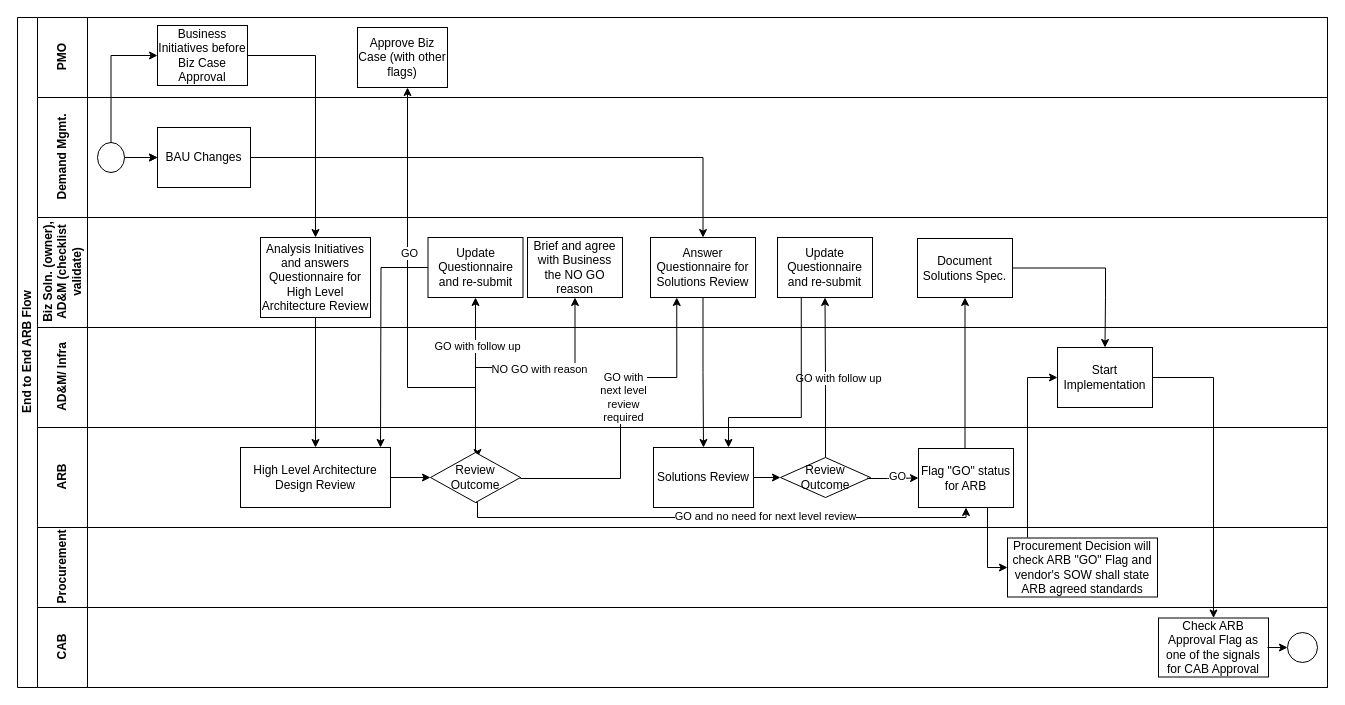
The draw.io diagram ARB Flow.drawio in kelvinkinwong/test, before the edit. Source tidied: cells renumbered, new cells numbered last; positions are measured from the earlier drawing's top-left corner, leaving out a move shared by most shapes. Both pictures are drawn from the tidied source at 100%, with x=0, y=0 at pixel (17, 17).
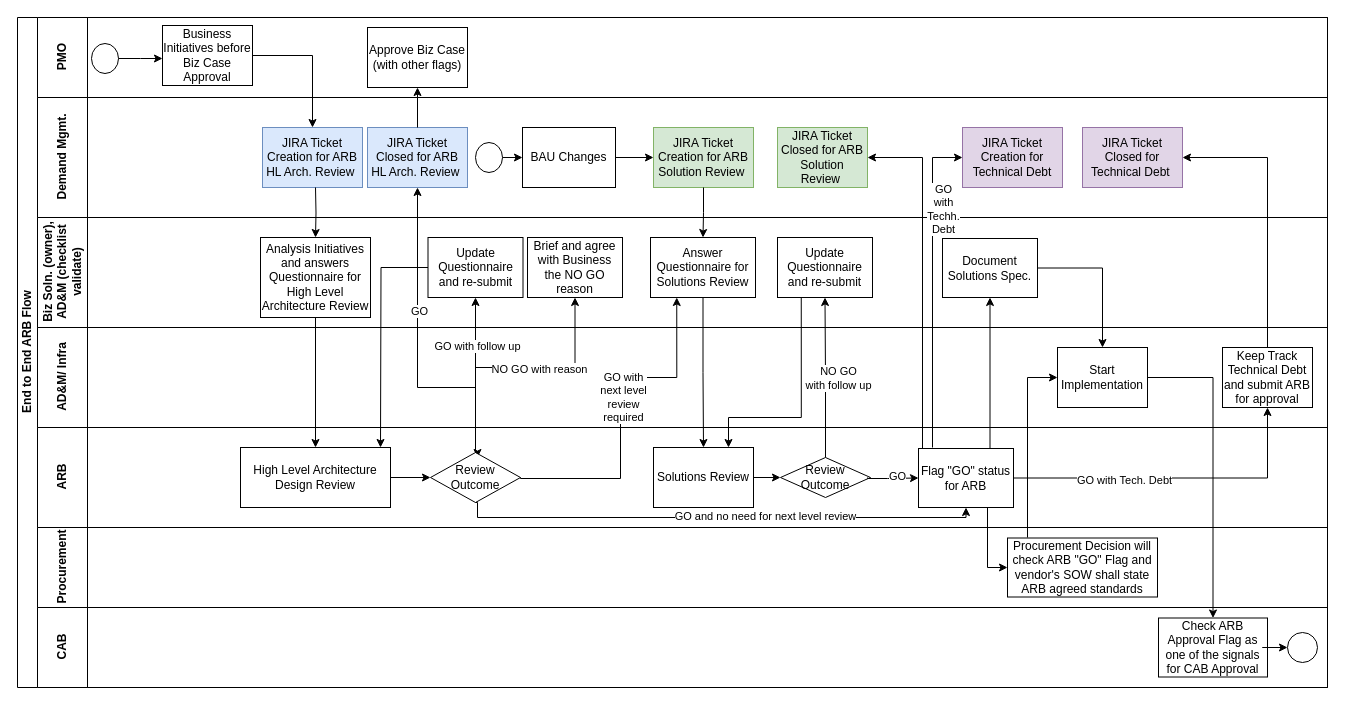
After the change.

Unchanged cells that the change refers to:
```xml
<mxCell id="2" value="End to End ARB Flow" style="swimlane;html=1;horizontal=0;startSize=20;" parent="1" vertex="1">
  <mxGeometry width="1310" height="670" as="geometry" />
</mxCell>
<mxCell id="4" value="PMO" style="swimlane;html=1;startSize=50;horizontal=0;" parent="2" vertex="1">
  <mxGeometry x="20" width="1290" height="80" as="geometry" />
</mxCell>
<mxCell id="7" value="Demand Mgmt." style="swimlane;html=1;startSize=50;horizontal=0;" parent="2" vertex="1">
  <mxGeometry x="20" y="80" width="1290" height="120" as="geometry" />
</mxCell>
<mxCell id="12" value="Biz Soln. (owner), &lt;br&gt;AD&amp;amp;M (checklist &lt;br&gt;validate)" style="swimlane;html=1;startSize=50;horizontal=0;" parent="2" vertex="1">
  <mxGeometry x="20" y="200" width="1290" height="110" as="geometry" />
</mxCell>
<mxCell id="13" value="Analysis Initiatives and answers Questionnaire for High Level Architecture Review" style="rounded=0;whiteSpace=wrap;html=1;fontFamily=Helvetica;fontSize=12;fontColor=#000000;align=center;" parent="12" vertex="1">
  <mxGeometry x="223" y="20" width="110" height="80" as="geometry" />
</mxCell>
<mxCell id="17" value="AD&amp;amp;M/ Infra" style="swimlane;html=1;startSize=50;horizontal=0;" parent="2" vertex="1">
  <mxGeometry x="20" y="310" width="1290" height="100" as="geometry" />
</mxCell>
<mxCell id="18" value="Answer Questionnaire for Solutions Review" style="rounded=0;whiteSpace=wrap;html=1;fontFamily=Helvetica;fontSize=12;fontColor=#000000;align=center;" parent="17" vertex="1">
  <mxGeometry x="613" y="-90" width="105" height="60" as="geometry" />
</mxCell>
<mxCell id="25" value="Review&lt;br&gt;Outcome" style="rhombus;whiteSpace=wrap;html=1;fontFamily=Helvetica;fontSize=12;fontColor=#000000;align=center;" parent="21" vertex="1">
  <mxGeometry x="393" y="25" width="90" height="50" as="geometry" />
</mxCell>
<mxCell id="29" value="Flag &quot;GO&quot; status for ARB" style="rounded=0;whiteSpace=wrap;html=1;fontFamily=Helvetica;fontSize=12;fontColor=#000000;align=center;" parent="21" vertex="1">
  <mxGeometry x="881" y="21" width="95" height="59" as="geometry" />
</mxCell>
<mxCell id="47" value="CAB" style="swimlane;html=1;startSize=50;horizontal=0;" parent="2" vertex="1">
  <mxGeometry x="20" y="590" width="1290" height="80" as="geometry" />
</mxCell>
<mxCell id="49" style="ellipse;whiteSpace=wrap;html=1;" parent="47" vertex="1">
  <mxGeometry x="1250" y="25" width="30" height="30" as="geometry" />
</mxCell>
<mxCell id="50" style="edgeStyle=orthogonalEdgeStyle;rounded=0;jettySize=auto;html=1;endArrow=classic;endFill=1;exitX=0.5;exitY=0;exitDx=0;exitDy=0;" parent="2" edge="1" source="27" target="19">
  <mxGeometry relative="1" as="geometry" />
</mxCell>
```

What changed in the source:
```diff
@@
-    <mxCell id="3" style="edgeStyle=orthogonalEdgeStyle;rounded=0;jettySize=auto;html=1;endArrow=classic;endFill=1;" parent="2" edge="1" source="5" target="13">
+    <mxCell id="3" style="edgeStyle=orthogonalEdgeStyle;rounded=0;jettySize=auto;html=1;endArrow=classic;endFill=1;" parent="2" edge="1" source="5" target="64">
       <mxGeometry relative="1" as="geometry" />
     </mxCell>
@@
     <mxCell id="5" value="Business Initiatives before Biz Case Approval" style="rounded=0;whiteSpace=wrap;html=1;fontFamily=Helvetica;fontSize=12;fontColor=#000000;align=center;" parent="4" vertex="1">
-      <mxGeometry x="120" y="8" width="90" height="60" as="geometry" />
+      <mxGeometry x="125" y="8" width="90" height="60" as="geometry" />
     </mxCell>
     <mxCell id="6" value="Approve Biz Case (with other flags)" style="rounded=0;whiteSpace=wrap;html=1;fontFamily=Helvetica;fontSize=12;fontColor=#000000;align=center;" parent="4" vertex="1">
-      <mxGeometry x="320" y="10" width="90" height="60" as="geometry" />
+      <mxGeometry x="330" y="10" width="100" height="60" as="geometry" />
     </mxCell>
@@
     <mxCell id="8" value="BAU Changes" style="rounded=0;whiteSpace=wrap;html=1;fontFamily=Helvetica;fontSize=12;fontColor=#000000;align=center;" parent="7" vertex="1">
-      <mxGeometry x="120" y="30" width="93" height="60" as="geometry" />
+      <mxGeometry x="485" y="30" width="93" height="60" as="geometry" />
     </mxCell>
-    <mxCell id="9" style="edgeStyle=orthogonalEdgeStyle;rounded=0;jettySize=auto;html=1;" parent="7" edge="1" source="10" target="8">
-      <mxGeometry relative="1" as="geometry" />
-    </mxCell>
     <mxCell id="10" style="ellipse;whiteSpace=wrap;html=1;" parent="7" vertex="1">
-      <mxGeometry x="60" y="45" width="27" height="30" as="geometry" />
+      <mxGeometry x="54" y="-54" width="27" height="30" as="geometry" />
     </mxCell>
-    <mxCell id="11" style="edgeStyle=orthogonalEdgeStyle;rounded=0;jettySize=auto;html=1;exitX=1;exitY=0.5;exitDx=0;exitDy=0;entryX=0;entryY=0.5;entryDx=0;entryDy=0;" parent="7" edge="1" source="10" target="8">
-      <mxGeometry relative="1" as="geometry" />
-    </mxCell>
+    <mxCell id="61" value="JIRA Ticket Creation for ARB Solution Review&amp;nbsp;" style="rounded=0;whiteSpace=wrap;html=1;fontFamily=Helvetica;fontSize=12;align=center;fillColor=#d5e8d4;strokeColor=#82b366;" parent="7" vertex="1">
+      <mxGeometry x="616" y="30" width="100" height="60" as="geometry" />
+    </mxCell>
+    <mxCell id="35" style="edgeStyle=orthogonalEdgeStyle;rounded=0;jettySize=auto;html=1;endArrow=classic;endFill=1;exitX=1;exitY=0.5;exitDx=0;exitDy=0;entryX=0;entryY=0.5;entryDx=0;entryDy=0;" parent="7" edge="1" source="8" target="61">
+      <mxGeometry relative="1" as="geometry" />
+    </mxCell>
+    <mxCell id="62" value="JIRA Ticket Closed for ARB Solution Review&amp;nbsp;" style="rounded=0;whiteSpace=wrap;html=1;fontFamily=Helvetica;fontSize=12;align=center;fillColor=#d5e8d4;strokeColor=#82b366;" parent="7" vertex="1">
+      <mxGeometry x="740" y="30" width="90" height="60" as="geometry" />
+    </mxCell>
+    <mxCell id="63" style="ellipse;whiteSpace=wrap;html=1;" parent="7" vertex="1">
+      <mxGeometry x="438" y="45" width="27" height="30" as="geometry" />
+    </mxCell>
+    <mxCell id="64" value="JIRA Ticket Creation for ARB HL Arch. Review&amp;nbsp;" style="rounded=0;whiteSpace=wrap;html=1;fontFamily=Helvetica;fontSize=12;align=center;fillColor=#dae8fc;strokeColor=#6c8ebf;" parent="7" vertex="1">
+      <mxGeometry x="225" y="30" width="100" height="60" as="geometry" />
+    </mxCell>
+    <mxCell id="65" value="JIRA Ticket Closed for ARB HL Arch. Review&amp;nbsp;" style="rounded=0;whiteSpace=wrap;html=1;fontFamily=Helvetica;fontSize=12;align=center;fillColor=#dae8fc;strokeColor=#6c8ebf;" parent="7" vertex="1">
+      <mxGeometry x="330" y="30" width="100" height="60" as="geometry" />
+    </mxCell>
+    <mxCell id="66" value="JIRA Ticket Creation for Technical Debt" style="rounded=0;whiteSpace=wrap;html=1;fontFamily=Helvetica;fontSize=12;align=center;fillColor=#e1d5e7;strokeColor=#9673a6;" parent="7" vertex="1">
+      <mxGeometry x="925" y="30" width="100" height="60" as="geometry" />
+    </mxCell>
+    <mxCell id="67" value="JIRA Ticket Closed for Technical Debt&amp;nbsp;" style="rounded=0;whiteSpace=wrap;html=1;fontFamily=Helvetica;fontSize=12;align=center;fillColor=#e1d5e7;strokeColor=#9673a6;" parent="7" vertex="1">
+      <mxGeometry x="1045" y="30" width="100" height="60" as="geometry" />
+    </mxCell>
@@
     <mxCell id="16" value="Document Solutions Spec." style="rounded=0;whiteSpace=wrap;html=1;fontFamily=Helvetica;fontSize=12;fontColor=#000000;align=center;" parent="12" vertex="1">
-      <mxGeometry x="880" y="21" width="95" height="59" as="geometry" />
+      <mxGeometry x="905" y="21" width="95" height="59" as="geometry" />
     </mxCell>
+    <mxCell id="68" style="edgeStyle=orthogonalEdgeStyle;rounded=0;jettySize=auto;html=1;exitX=1;exitY=0.5;exitDx=0;exitDy=0;" parent="12" edge="1" source="10">
+      <mxGeometry relative="1" as="geometry">
+        <mxPoint x="125" y="-159" as="targetPoint" />
+      </mxGeometry>
+    </mxCell>
@@
     <mxCell id="20" value="Start Implementation" style="rounded=0;whiteSpace=wrap;html=1;fontFamily=Helvetica;fontSize=12;fontColor=#000000;align=center;" parent="17" vertex="1">
-      <mxGeometry x="1020" y="20" width="95" height="60" as="geometry" />
+      <mxGeometry x="1020" y="20" width="90" height="60" as="geometry" />
     </mxCell>
+    <mxCell id="69" value="Keep Track Technical Debt and submit ARB for approval" style="rounded=0;whiteSpace=wrap;html=1;fontFamily=Helvetica;fontSize=12;fontColor=#000000;align=center;" parent="17" vertex="1">
+      <mxGeometry x="1185" y="20" width="90" height="60" as="geometry" />
+    </mxCell>
@@
-    <mxCell id="34" style="edgeStyle=orthogonalEdgeStyle;rounded=0;jettySize=auto;html=1;exitX=0.5;exitY=0;exitDx=0;exitDy=0;entryX=0;entryY=0.5;entryDx=0;entryDy=0;" parent="2" edge="1" source="10" target="5">
-      <mxGeometry relative="1" as="geometry" />
-    </mxCell>
-    <mxCell id="35" style="edgeStyle=orthogonalEdgeStyle;rounded=0;jettySize=auto;html=1;endArrow=classic;endFill=1;exitX=1;exitY=0.5;exitDx=0;exitDy=0;entryX=0.5;entryY=0;entryDx=0;entryDy=0;" parent="2" edge="1" source="8" target="18">
-      <mxGeometry relative="1" as="geometry" />
-    </mxCell>
@@
     <mxCell id="48" value="Check ARB Approval Flag as one of the signals for CAB Approval" style="rounded=0;whiteSpace=wrap;html=1;fontFamily=Helvetica;fontSize=12;fontColor=#000000;align=center;" parent="47" vertex="1">
-      <mxGeometry x="1121" y="10.5" width="110" height="59" as="geometry" />
+      <mxGeometry x="1121" y="10.5" width="109" height="59" as="geometry" />
     </mxCell>
@@
-    <mxCell id="51" value="GO with follow up" style="edgeLabel;html=1;align=center;verticalAlign=middle;" parent="50" vertex="1">
+    <mxCell id="51" value="NO GO &lt;br&gt;with follow up" style="edgeLabel;html=1;align=center;verticalAlign=middle;" parent="50" vertex="1">
       <mxGeometry x="0.09" y="-1" relative="1" as="geometry">
         <mxPoint x="12" y="7" as="offset" />
       </mxGeometry>
     </mxCell>
@@
     <mxCell id="56" style="edgeStyle=orthogonalEdgeStyle;rounded=0;jettySize=auto;html=1;endArrow=classic;endFill=1;exitX=1;exitY=0.5;exitDx=0;exitDy=0;entryX=0.5;entryY=0;entryDx=0;entryDy=0;" parent="2" edge="1" source="16" target="20">
       <mxGeometry relative="1" as="geometry">
         <Array as="points">
-          <mxPoint x="1088" y="251" />
-          <mxPoint x="1088" y="280" />
+          <mxPoint x="1085" y="251" />
         </Array>
       </mxGeometry>
     </mxCell>
-    <mxCell id="57" style="edgeStyle=orthogonalEdgeStyle;rounded=0;jettySize=auto;html=1;endArrow=classic;endFill=1;exitX=0.5;exitY=0;exitDx=0;exitDy=0;" parent="2" edge="1" source="25">
+    <mxCell id="57" style="edgeStyle=orthogonalEdgeStyle;rounded=0;jettySize=auto;html=1;endArrow=classic;endFill=1;exitX=0.5;exitY=0;exitDx=0;exitDy=0;entryX=0.5;entryY=1;entryDx=0;entryDy=0;" parent="2" edge="1" source="25" target="65">
       <mxGeometry relative="1" as="geometry">
-        <mxPoint x="390" y="70" as="targetPoint" />
         <Array as="points">
           <mxPoint x="458" y="370" />
-          <mxPoint x="390" y="370" />
+          <mxPoint x="400" y="370" />
         </Array>
       </mxGeometry>
     </mxCell>
@@
+    <mxCell id="70" style="edgeStyle=orthogonalEdgeStyle;rounded=0;jettySize=auto;html=1;endArrow=classic;endFill=1;exitX=0.5;exitY=1;exitDx=0;exitDy=0;" parent="2" edge="1" source="61" target="18">
+      <mxGeometry relative="1" as="geometry" />
+    </mxCell>
+    <mxCell id="71" style="edgeStyle=orthogonalEdgeStyle;rounded=0;jettySize=auto;html=1;endArrow=classic;endFill=1;entryX=0.5;entryY=1;entryDx=0;entryDy=0;exitX=0.5;exitY=0;exitDx=0;exitDy=0;" parent="2" edge="1" source="65" target="6">
+      <mxGeometry relative="1" as="geometry" />
+    </mxCell>
+    <mxCell id="72" style="edgeStyle=orthogonalEdgeStyle;rounded=0;jettySize=auto;html=1;endArrow=classic;endFill=1;entryX=1;entryY=0.5;entryDx=0;entryDy=0;exitX=0;exitY=0;exitDx=0;exitDy=0;" parent="2" edge="1" source="29" target="62">
+      <mxGeometry relative="1" as="geometry">
+        <Array as="points">
+          <mxPoint x="905" y="431" />
+          <mxPoint x="905" y="140" />
+        </Array>
+      </mxGeometry>
+    </mxCell>
+    <mxCell id="73" style="edgeStyle=orthogonalEdgeStyle;rounded=0;jettySize=auto;html=1;endArrow=classic;endFill=1;exitX=0.5;exitY=0;exitDx=0;exitDy=0;entryX=1;entryY=0.5;entryDx=0;entryDy=0;" parent="2" edge="1" source="69" target="67">
+      <mxGeometry relative="1" as="geometry">
+        <Array as="points">
+          <mxPoint x="1250" y="140" />
+        </Array>
+      </mxGeometry>
+    </mxCell>
+    <mxCell id="74" style="edgeStyle=orthogonalEdgeStyle;rounded=0;jettySize=auto;html=1;endArrow=classic;endFill=1;entryX=0.5;entryY=1;entryDx=0;entryDy=0;exitX=1;exitY=0.5;exitDx=0;exitDy=0;" parent="2" edge="1" source="29" target="69">
+      <mxGeometry relative="1" as="geometry">
+        <Array as="points">
+          <mxPoint x="1250" y="461" />
+        </Array>
+      </mxGeometry>
+    </mxCell>
+    <mxCell id="75" value="GO with Tech. Debt" style="edgeLabel;html=1;align=center;verticalAlign=middle;" parent="74" vertex="1">
+      <mxGeometry x="-0.32" y="-1" relative="1" as="geometry">
+        <mxPoint y="1" as="offset" />
+      </mxGeometry>
+    </mxCell>
     <mxCell id="60" style="edgeStyle=orthogonalEdgeStyle;rounded=0;jettySize=auto;html=1;endArrow=classic;endFill=1;entryX=0;entryY=0.5;entryDx=0;entryDy=0;" parent="1" edge="1" target="49">
       <mxGeometry relative="1" as="geometry">
-        <mxPoint x="1250" y="630" as="sourcePoint" />
+        <mxPoint x="1255" y="630" as="sourcePoint" />
+        <Array as="points">
+          <mxPoint x="1245" y="630" />
+          <mxPoint x="1245" y="630" />
+        </Array>
       </mxGeometry>
     </mxCell>
+    <mxCell id="76" style="edgeStyle=orthogonalEdgeStyle;rounded=0;jettySize=auto;html=1;entryX=0;entryY=0.5;entryDx=0;entryDy=0;" parent="1" edge="1" target="8">
+      <mxGeometry relative="1" as="geometry">
+        <mxPoint x="485" y="140" as="sourcePoint" />
+      </mxGeometry>
+    </mxCell>
+    <mxCell id="77" style="edgeStyle=orthogonalEdgeStyle;rounded=0;jettySize=auto;html=1;endArrow=classic;endFill=1;entryX=0.5;entryY=0;entryDx=0;entryDy=0;" parent="1" edge="1" target="13">
+      <mxGeometry relative="1" as="geometry">
+        <mxPoint x="298" y="170" as="sourcePoint" />
+      </mxGeometry>
+    </mxCell>
+    <mxCell id="78" style="edgeStyle=orthogonalEdgeStyle;rounded=0;jettySize=auto;html=1;endArrow=classic;endFill=1;entryX=0;entryY=0.5;entryDx=0;entryDy=0;" parent="1" edge="1" target="66">
+      <mxGeometry relative="1" as="geometry">
+        <mxPoint x="915" y="430" as="sourcePoint" />
+        <Array as="points">
+          <mxPoint x="915" y="430" />
+          <mxPoint x="915" y="140" />
+        </Array>
+      </mxGeometry>
+    </mxCell>
+    <mxCell id="79" value="GO&lt;br&gt;with&lt;br&gt;Techh.&lt;br&gt;Debt" style="edgeLabel;html=1;align=center;verticalAlign=middle;" parent="78" vertex="1">
+      <mxGeometry x="0.59" y="-1" relative="1" as="geometry">
+        <mxPoint x="9" y="15" as="offset" />
+      </mxGeometry>
+    </mxCell>
```
